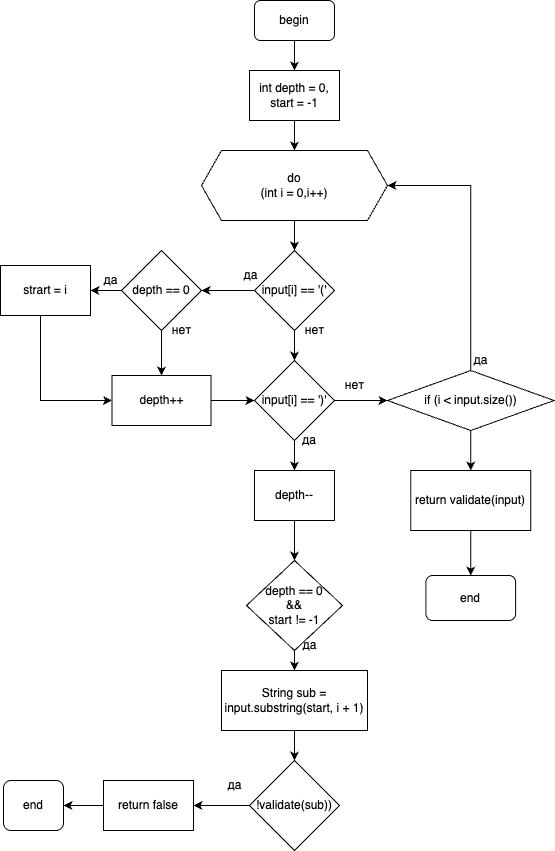
L1x0/LabsBSUIR keeps this draw.io diagram as LabsLOIS/FirstLab/schemes/validate2.png. Above is the earlier version. Source tidied: cells renumbered, new cells last; positions are measured from the earlier drawing's top-left corner, leaving out a move shared by most shapes.
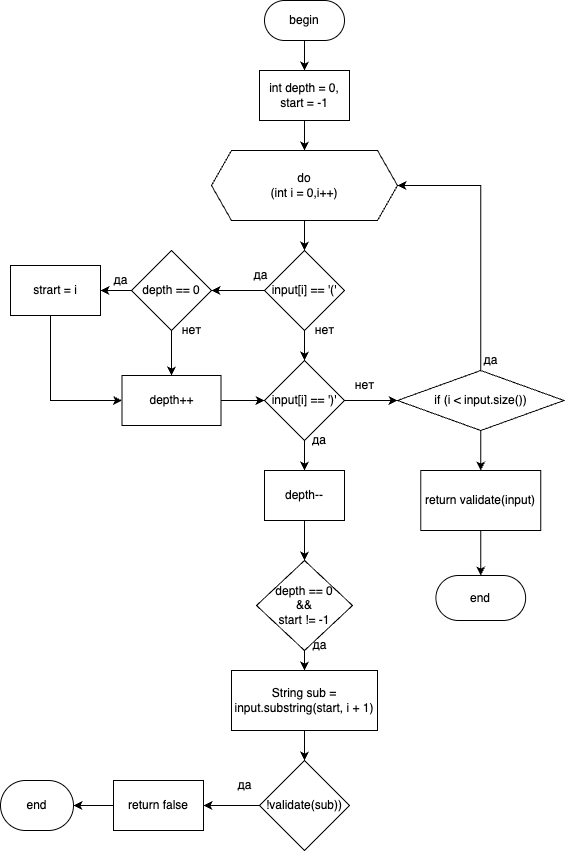
The same diagram one commit later.

Change to the diagram source:
```diff
@@ -5,7 +5,7 @@
     <mxCell id="2" style="edgeStyle=orthogonalEdgeStyle;rounded=0;jettySize=auto;html=1;" parent="1" edge="1" source="3" target="5">
       <mxGeometry relative="1" as="geometry" />
     </mxCell>
-    <mxCell id="3" value="begin" style="rounded=1;whiteSpace=wrap;html=1;" parent="1" vertex="1">
+    <mxCell id="3" value="begin" style="rounded=1;whiteSpace=wrap;html=1;arcSize=50;" parent="1" vertex="1">
       <mxGeometry x="254" width="80" height="40" as="geometry" />
     </mxCell>
     <mxCell id="4" style="edgeStyle=orthogonalEdgeStyle;rounded=0;jettySize=auto;html=1;" parent="1" edge="1" source="5" target="7">
@@ -111,8 +111,8 @@
     <mxCell id="35" value="return false" style="rounded=0;whiteSpace=wrap;html=1;" parent="1" vertex="1">
       <mxGeometry x="103" y="780" width="90" height="50" as="geometry" />
     </mxCell>
-    <mxCell id="36" value="end" style="rounded=1;whiteSpace=wrap;html=1;" parent="1" vertex="1">
-      <mxGeometry x="3" y="780" width="60" height="50" as="geometry" />
+    <mxCell id="36" value="end" style="rounded=1;whiteSpace=wrap;html=1;arcSize=50;" parent="1" vertex="1">
+      <mxGeometry x="-10" y="780" width="73" height="50" as="geometry" />
     </mxCell>
     <mxCell id="37" value="да" style="text;html=1;align=center;verticalAlign=middle;strokeColor=none;fillColor=none;" parent="1" vertex="1">
       <mxGeometry x="214" y="770" width="40" height="30" as="geometry" />
@@ -141,7 +141,7 @@
     <mxCell id="45" value="return validate(input)" style="rounded=0;whiteSpace=wrap;html=1;" parent="1" vertex="1">
       <mxGeometry x="410.2" y="470" width="120" height="60" as="geometry" />
     </mxCell>
-    <mxCell id="46" value="end" style="rounded=1;whiteSpace=wrap;html=1;" parent="1" vertex="1">
+    <mxCell id="46" value="end" style="rounded=1;whiteSpace=wrap;html=1;arcSize=50;" parent="1" vertex="1">
       <mxGeometry x="425.4" y="575" width="89.8" height="45" as="geometry" />
     </mxCell>
   </root>
```
